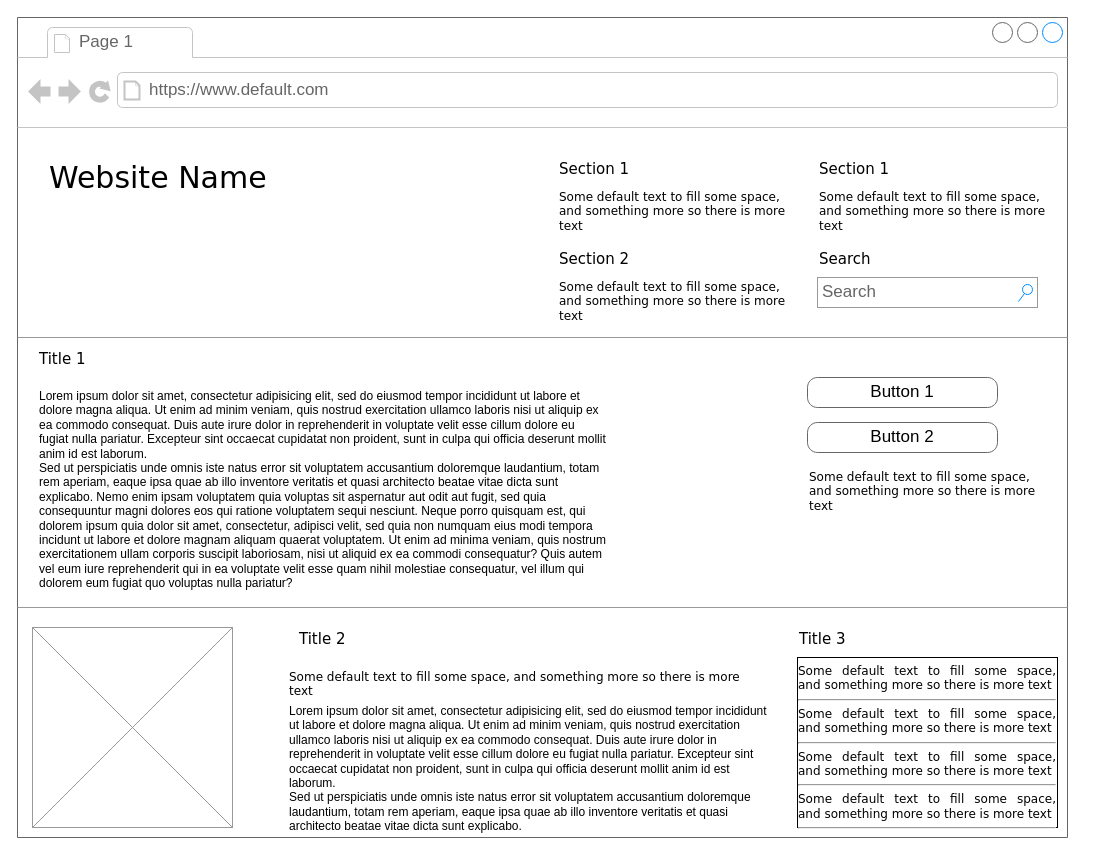
Before: CMS_cải_tiến.drawio in AnPhamSF/CMSIPTV_Idea, a draw.io diagram. Source tidied: cells renumbered, new cells numbered last; positions are measured from the earlier drawing's top-left corner, leaving out a move shared by most shapes. Both pictures are drawn from the tidied source at 100%, with x=0, y=0 at pixel (17, 17).
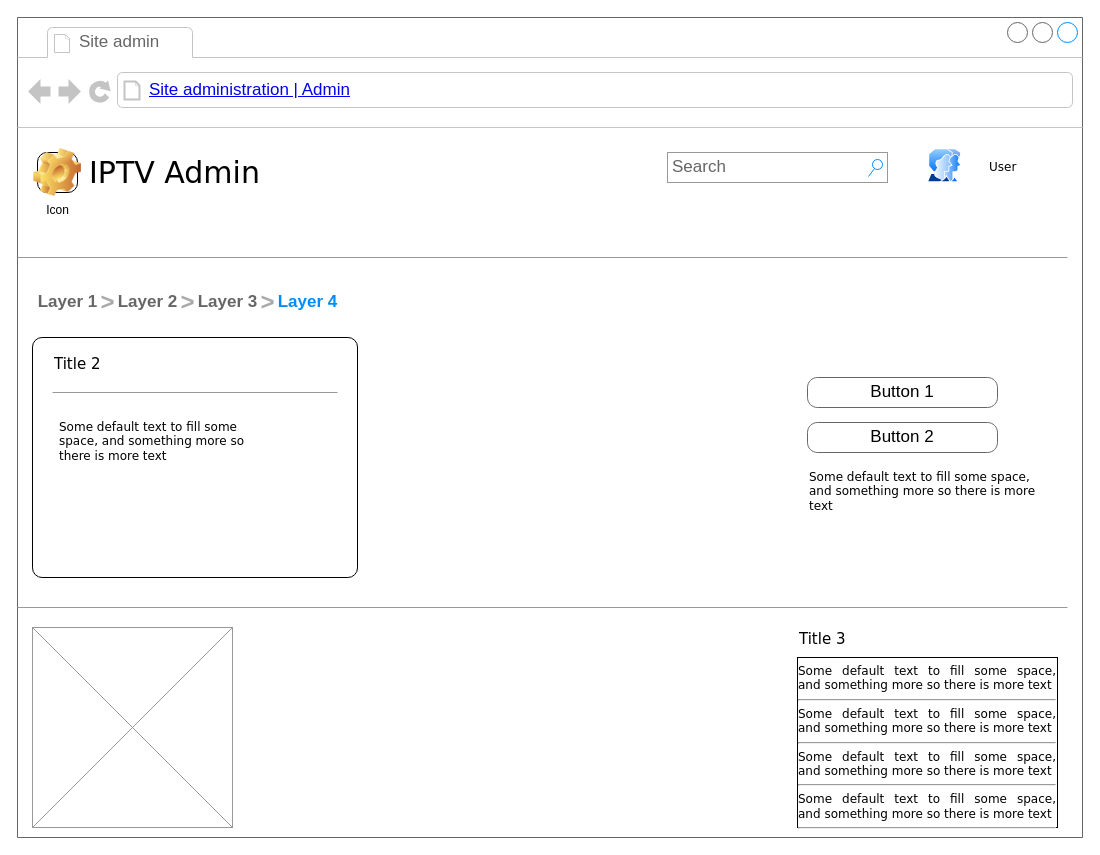
After the change.

Commit message (it also covers changes not shown here):
Cập nhật CMS_cải_tiến.drawio

What changed in the source:
```diff
@@
     <mxCell id="2" style="strokeWidth=1;shadow=0;dashed=0;align=center;html=1;shape=mxgraph.mockup.containers.browserWindow;rSize=0;strokeColor=#666666;mainText=,;rounded=0;labelBackgroundColor=none;fontFamily=Verdana;fontSize=12;" parent="1" vertex="1">
-      <mxGeometry width="1050" height="820" as="geometry" />
+      <mxGeometry width="1065" height="820" as="geometry" />
     </mxCell>
+    <mxCell id="27" style="rounded=1;whiteSpace=wrap;html=1;arcSize=4;" parent="2" vertex="1">
+      <mxGeometry x="15" y="320" width="325" height="240" as="geometry" />
+    </mxCell>
-    <mxCell id="3" value="Page 1" style="strokeWidth=1;shadow=0;dashed=0;align=center;html=1;shape=mxgraph.mockup.containers.anchor;fontSize=17;fontColor=#666666;align=left;" parent="2" vertex="1">
+    <mxCell id="3" value="Site admin" style="strokeWidth=1;shadow=0;dashed=0;align=center;html=1;shape=mxgraph.mockup.containers.anchor;fontSize=17;fontColor=#666666;align=left;" parent="2" vertex="1">
       <mxGeometry x="60" y="12" width="110" height="26" as="geometry" />
     </mxCell>
-    <mxCell id="4" value="https://www.default.com" style="strokeWidth=1;shadow=0;dashed=0;align=center;html=1;shape=mxgraph.mockup.containers.anchor;rSize=0;fontSize=17;fontColor=#666666;align=left;" parent="2" vertex="1">
+    <mxCell id="4" value="&lt;a href=&quot;https://cms-stg2.ipbasevn.com/admin/&quot;&gt;Site administration | Admin&lt;/a&gt;" style="strokeWidth=1;shadow=0;dashed=0;align=center;html=1;shape=mxgraph.mockup.containers.anchor;rSize=0;fontSize=17;fontColor=#666666;align=left;" parent="2" vertex="1">
       <mxGeometry x="130" y="60" width="250" height="26" as="geometry" />
     </mxCell>
-    <mxCell id="5" value="Website Name" style="text;html=1;align=left;verticalAlign=top;spacingTop=-4;fontSize=30;fontFamily=Verdana;" parent="2" vertex="1">
-      <mxGeometry x="30" y="140" width="340" height="50" as="geometry" />
+    <mxCell id="5" value="IPTV Admin" style="text;html=1;align=left;verticalAlign=top;spacingTop=-4;fontSize=30;fontFamily=Verdana;" parent="2" vertex="1">
+      <mxGeometry x="70" y="135" width="340" height="50" as="geometry" />
     </mxCell>
-    <mxCell id="6" value="Section 1" style="text;html=1;align=left;verticalAlign=top;spacingTop=-4;fontSize=15;fontFamily=Verdana;" parent="2" vertex="1">
-      <mxGeometry x="540" y="140" width="170" height="30" as="geometry" />
-    </mxCell>
-    <mxCell id="7" value="Some default text to fill some space, and&amp;nbsp;&lt;span&gt;something more so there is more text&lt;/span&gt;" style="text;html=1;align=left;verticalAlign=top;spacingTop=-4;fontSize=12;fontFamily=Verdana;whiteSpace=wrap;" parent="2" vertex="1">
-      <mxGeometry x="540" y="170" width="240" height="40" as="geometry" />
-    </mxCell>
-    <mxCell id="8" value="Section 2" style="text;html=1;align=left;verticalAlign=top;spacingTop=-4;fontSize=15;fontFamily=Verdana;" parent="2" vertex="1">
-      <mxGeometry x="540" y="230" width="170" height="30" as="geometry" />
-    </mxCell>
-    <mxCell id="9" value="Some default text to fill some space, and&amp;nbsp;&lt;span&gt;something more so there is more text&lt;/span&gt;" style="text;html=1;align=left;verticalAlign=top;spacingTop=-4;fontSize=12;fontFamily=Verdana;whiteSpace=wrap;" parent="2" vertex="1">
-      <mxGeometry x="540" y="260" width="240" height="40" as="geometry" />
-    </mxCell>
-    <mxCell id="10" value="Section 1" style="text;html=1;align=left;verticalAlign=top;spacingTop=-4;fontSize=15;fontFamily=Verdana;" parent="2" vertex="1">
-      <mxGeometry x="800" y="140" width="170" height="30" as="geometry" />
-    </mxCell>
-    <mxCell id="11" value="Some default text to fill some space, and&amp;nbsp;&lt;span&gt;something more so there is more text&lt;/span&gt;" style="text;html=1;align=left;verticalAlign=top;spacingTop=-4;fontSize=12;fontFamily=Verdana;whiteSpace=wrap;" parent="2" vertex="1">
-      <mxGeometry x="800" y="170" width="240" height="40" as="geometry" />
-    </mxCell>
-    <mxCell id="12" value="Search" style="text;html=1;align=left;verticalAlign=top;spacingTop=-4;fontSize=15;fontFamily=Verdana;" parent="2" vertex="1">
-      <mxGeometry x="800" y="230" width="170" height="30" as="geometry" />
-    </mxCell>
     <mxCell id="13" value="Search" style="strokeWidth=1;shadow=0;dashed=0;align=center;html=1;shape=mxgraph.mockup.forms.searchBox;strokeColor=#999999;mainText=;strokeColor2=#008cff;fontColor=#666666;fontSize=17;align=left;spacingLeft=3;rounded=0;labelBackgroundColor=none;" parent="2" vertex="1">
-      <mxGeometry x="800" y="260" width="220" height="30" as="geometry" />
+      <mxGeometry x="650" y="135" width="220" height="30" as="geometry" />
     </mxCell>
     <mxCell id="14" style="verticalLabelPosition=bottom;shadow=0;dashed=0;align=center;html=1;verticalAlign=top;strokeWidth=1;shape=mxgraph.mockup.markup.line;strokeColor=#999999;rounded=0;labelBackgroundColor=none;fillColor=#ffffff;fontFamily=Verdana;fontSize=12;fontColor=#000000;" parent="2" vertex="1">
-      <mxGeometry y="310" width="1050" height="20" as="geometry" />
+      <mxGeometry y="230" width="1050" height="20" as="geometry" />
     </mxCell>
-    <mxCell id="15" value="Title 1" style="text;html=1;align=left;verticalAlign=top;spacingTop=-4;fontSize=15;fontFamily=Verdana;" parent="2" vertex="1">
-      <mxGeometry x="20" y="330" width="170" height="30" as="geometry" />
-    </mxCell>
-    <mxCell id="16" value="Lorem ipsum dolor sit amet, consectetur adipisicing elit, sed do eiusmod tempor incididunt ut labore et dolore magna aliqua. Ut enim ad minim veniam, quis nostrud exercitation ullamco laboris nisi ut aliquip ex ea commodo consequat. Duis aute irure dolor in reprehenderit in voluptate velit esse cillum dolore eu fugiat nulla pariatur. Excepteur sint occaecat cupidatat non proident, sunt in culpa qui officia deserunt mollit anim id est laborum.&#10;Sed ut perspiciatis unde omnis iste natus error sit voluptatem accusantium doloremque laudantium, totam rem aperiam, eaque ipsa quae ab illo inventore veritatis et quasi architecto beatae vitae dicta sunt explicabo. Nemo enim ipsam voluptatem quia voluptas sit aspernatur aut odit aut fugit, sed quia consequuntur magni dolores eos qui ratione voluptatem sequi nesciunt. Neque porro quisquam est, qui dolorem ipsum quia dolor sit amet, consectetur, adipisci velit, sed quia non numquam eius modi tempora incidunt ut labore et dolore magnam aliquam quaerat voluptatem. Ut enim ad minima veniam, quis nostrum exercitationem ullam corporis suscipit laboriosam, nisi ut aliquid ex ea commodi consequatur? Quis autem vel eum iure reprehenderit qui in ea voluptate velit esse quam nihil molestiae consequatur, vel illum qui dolorem eum fugiat quo voluptas nulla pariatur?" style="text;spacingTop=-5;whiteSpace=wrap;html=1;align=left;fontSize=12;fontFamily=Helvetica;fillColor=none;strokeColor=none;rounded=0;shadow=1;labelBackgroundColor=none;" parent="2" vertex="1">
-      <mxGeometry x="20" y="370" width="570" height="240" as="geometry" />
-    </mxCell>
@@
     <mxCell id="22" value="Title 2" style="text;html=1;align=left;verticalAlign=top;spacingTop=-4;fontSize=15;fontFamily=Verdana;" parent="2" vertex="1">
-      <mxGeometry x="280" y="610" width="170" height="30" as="geometry" />
+      <mxGeometry x="35" y="335" width="170" height="30" as="geometry" />
     </mxCell>
@@
     <mxCell id="25" value="Some default text to fill some space, and&amp;nbsp;&lt;span&gt;something more so there is more text&lt;/span&gt;" style="text;html=1;align=left;verticalAlign=top;spacingTop=-4;fontSize=12;fontFamily=Verdana;whiteSpace=wrap;" parent="2" vertex="1">
-      <mxGeometry x="270" y="650" width="470" height="40" as="geometry" />
+      <mxGeometry x="40" y="400" width="190" height="40" as="geometry" />
     </mxCell>
-    <mxCell id="26" value="Lorem ipsum dolor sit amet, consectetur adipisicing elit, sed do eiusmod tempor incididunt ut labore et dolore magna aliqua. Ut enim ad minim veniam, quis nostrud exercitation ullamco laboris nisi ut aliquip ex ea commodo consequat. Duis aute irure dolor in reprehenderit in voluptate velit esse cillum dolore eu fugiat nulla pariatur. Excepteur sint occaecat cupidatat non proident, sunt in culpa qui officia deserunt mollit anim id est laborum.&lt;br&gt;Sed ut perspiciatis unde omnis iste natus error sit voluptatem accusantium doloremque laudantium, totam rem aperiam, eaque ipsa quae ab illo inventore veritatis et quasi architecto beatae vitae dicta sunt explicabo.&amp;nbsp;" style="text;spacingTop=-5;whiteSpace=wrap;html=1;align=left;fontSize=12;fontFamily=Helvetica;fillColor=none;strokeColor=none;rounded=0;shadow=1;labelBackgroundColor=none;" parent="1" vertex="1">
-      <mxGeometry x="270" y="685" width="490" height="125" as="geometry" />
-    </mxCell>
+    <mxCell id="28" value="Layer 1" style="strokeWidth=1;shadow=0;dashed=0;align=center;html=1;shape=mxgraph.mockup.navigation.anchor;fontSize=17;fontColor=#666666;fontStyle=1;" parent="2" vertex="1">
+      <mxGeometry x="20" y="270" width="60" height="30" as="geometry" />
+    </mxCell>
+    <mxCell id="29" value="&gt;" style="strokeWidth=1;shadow=0;dashed=0;align=center;html=1;shape=mxgraph.mockup.navigation.anchor;fontSize=24;fontColor=#aaaaaa;fontStyle=1;" parent="2" vertex="1">
+      <mxGeometry x="80" y="270" width="20" height="30" as="geometry" />
+    </mxCell>
+    <mxCell id="30" value="Layer 2" style="strokeWidth=1;shadow=0;dashed=0;align=center;html=1;shape=mxgraph.mockup.navigation.anchor;fontSize=17;fontColor=#666666;fontStyle=1;" parent="2" vertex="1">
+      <mxGeometry x="100" y="270" width="60" height="30" as="geometry" />
+    </mxCell>
+    <mxCell id="31" value="&gt;" style="strokeWidth=1;shadow=0;dashed=0;align=center;html=1;shape=mxgraph.mockup.navigation.anchor;fontSize=24;fontColor=#aaaaaa;fontStyle=1;" parent="2" vertex="1">
+      <mxGeometry x="160" y="270" width="20" height="30" as="geometry" />
+    </mxCell>
+    <mxCell id="32" value="Layer 3" style="strokeWidth=1;shadow=0;dashed=0;align=center;html=1;shape=mxgraph.mockup.navigation.anchor;fontSize=17;fontColor=#666666;fontStyle=1;" parent="2" vertex="1">
+      <mxGeometry x="180" y="270" width="60" height="30" as="geometry" />
+    </mxCell>
+    <mxCell id="33" value="&gt;" style="strokeWidth=1;shadow=0;dashed=0;align=center;html=1;shape=mxgraph.mockup.navigation.anchor;fontSize=24;fontColor=#aaaaaa;fontStyle=1;" parent="2" vertex="1">
+      <mxGeometry x="240" y="270" width="20" height="30" as="geometry" />
+    </mxCell>
+    <mxCell id="34" value="Layer 4" style="strokeWidth=1;shadow=0;dashed=0;align=center;html=1;shape=mxgraph.mockup.navigation.anchor;fontSize=17;fontColor=#008cff;fontStyle=1;" parent="2" vertex="1">
+      <mxGeometry x="260" y="270" width="60" height="30" as="geometry" />
+    </mxCell>
+    <mxCell id="35" value="User" style="text;html=1;align=left;verticalAlign=top;spacingTop=-4;fontSize=12;fontFamily=Verdana;whiteSpace=wrap;" parent="2" vertex="1">
+      <mxGeometry x="970" y="140" width="30" height="20" as="geometry" />
+    </mxCell>
+    <mxCell id="36" value="Icon" style="icon;html=1;image=img/clipart/Gear_128x128.png;arcSize=24;" parent="2" vertex="1">
+      <mxGeometry x="20" y="135" width="40" height="40" as="geometry" />
+    </mxCell>
+    <mxCell id="37" style="image;perimeter=ellipsePerimeter;html=1;align=center;shadow=0;dashed=0;spacingTop=3;image=img/lib/active_directory/user_accounts.svg;" parent="2" vertex="1">
+      <mxGeometry x="910" y="131.5" width="34.5" height="33.5" as="geometry" />
+    </mxCell>
+    <mxCell id="38" style="verticalLabelPosition=bottom;shadow=0;dashed=0;align=center;html=1;verticalAlign=top;strokeWidth=1;shape=mxgraph.mockup.markup.line;strokeColor=#999999;rounded=0;labelBackgroundColor=none;fillColor=#ffffff;fontFamily=Verdana;fontSize=12;fontColor=#000000;" parent="2" vertex="1">
+      <mxGeometry x="35" y="365" width="285" height="20" as="geometry" />
+    </mxCell>
```
